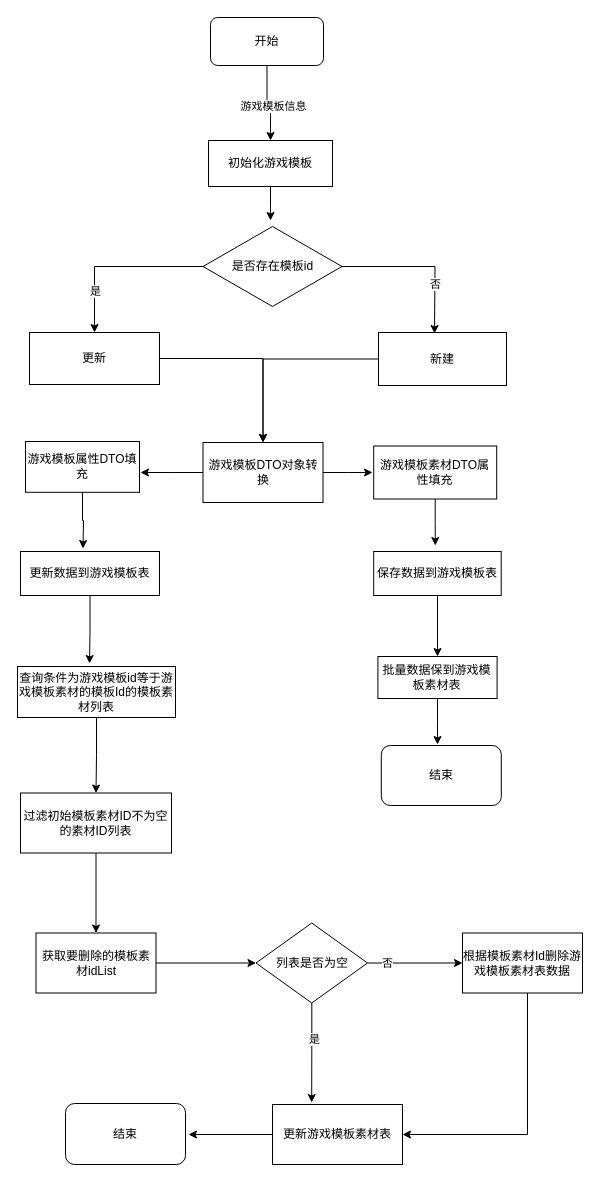
Before: 游戏营销业务流程图.drawio in YYB1024/myRemoteRepo, a draw.io diagram. Source tidied: cells renumbered, new cells numbered last; positions are measured from the earlier drawing's top-left corner, leaving out a move shared by most shapes. Both pictures are drawn from the tidied source at 100%, with x=0, y=0 at pixel (17, 17).
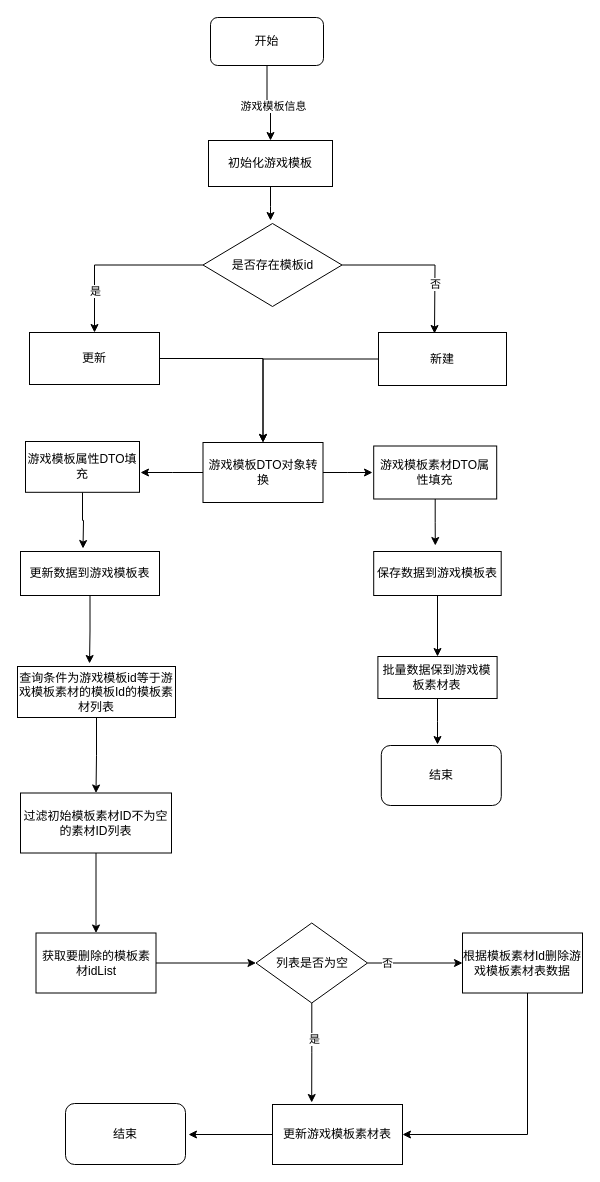
After the change.

Commit message (it also covers changes not shown here):
更新游戏营销业务流程图.drawio

The change refers to these unchanged cells:
```xml
<mxCell id="11" value="初始化游戏模板" style="rounded=0;whiteSpace=wrap;html=1;" parent="1" vertex="1">
  <mxGeometry x="191" y="123" width="124" height="46" as="geometry" />
</mxCell>
```

What changed in the source:
```diff
@@
     <mxCell id="9" value="是否存在模板id" style="rhombus;whiteSpace=wrap;html=1;" parent="1" vertex="1">
-      <mxGeometry x="185.5" y="209" width="139" height="80" as="geometry" />
+      <mxGeometry x="185.5" y="206" width="139" height="83" as="geometry" />
     </mxCell>
-    <mxCell id="10" style="edgeStyle=orthogonalEdgeStyle;rounded=0;jettySize=auto;html=1;" parent="1" edge="1" source="11">
-      <mxGeometry relative="1" as="geometry">
-        <mxPoint x="253" y="203" as="targetPoint" />
-      </mxGeometry>
-    </mxCell>
+    <mxCell id="46" style="edgeStyle=orthogonalEdgeStyle;rounded=0;jettySize=auto;html=1;" parent="1" edge="1" source="11">
+      <mxGeometry relative="1" as="geometry">
+        <mxPoint x="253" y="203" as="targetPoint" />
+      </mxGeometry>
+    </mxCell>
```
